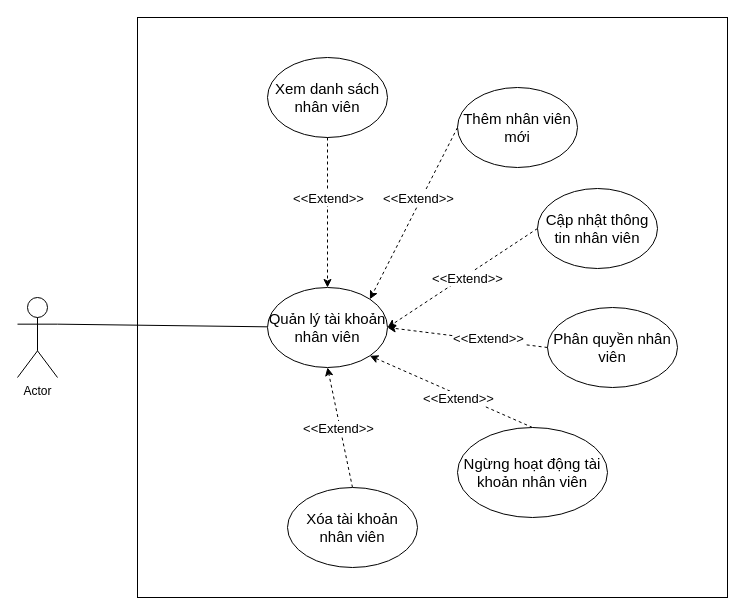
Before: Diagram/UseCase/QL.TTNhanVien.drawio in TccKaiCi/PTTK_CuaHangGiay, a draw.io diagram. Source tidied: cells renumbered, new cells numbered last; positions are measured from the earlier drawing's top-left corner, leaving out a move shared by most shapes. Both pictures are drawn from the tidied source at 100%, with x=0, y=0 at pixel (17, 17).
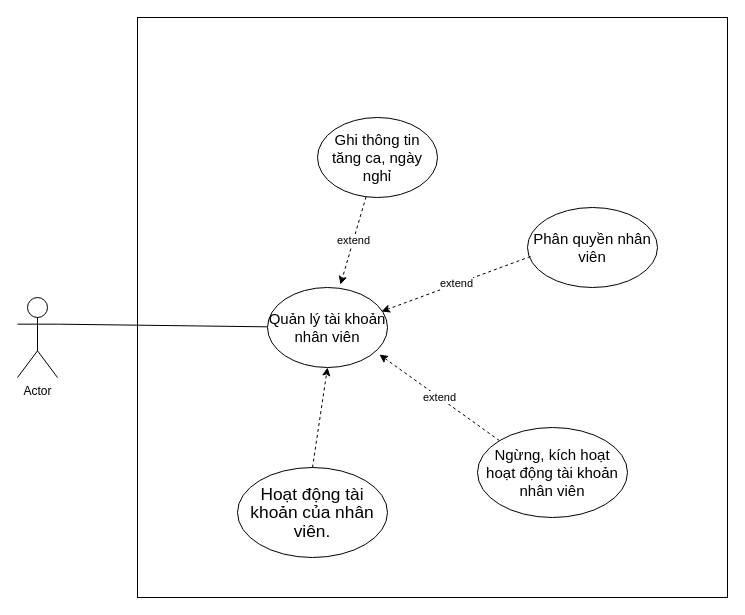
The same page after the edit.

The change refers to these unchanged cells:
```xml
<mxCell id="5" value="&lt;p class=&quot;MsoNormal&quot; style=&quot;font-size: 15px;&quot;&gt;&lt;span style=&quot;font-family: calibri; font-size: 15px;&quot;&gt;&lt;font style=&quot;font-size: 15px;&quot;&gt;Quản lý tài khoản nhân viên&lt;/font&gt;&lt;/span&gt;&lt;/p&gt;" style="ellipse;whiteSpace=wrap;html=1;fontSize=15;" parent="1" vertex="1">
  <mxGeometry x="250" y="270" width="120" height="80" as="geometry" />
</mxCell>
```

Diff of the diagram source:
```diff
@@
-    <mxCell id="6" value="&lt;font style=&quot;font-size: 15px&quot;&gt;Xem danh sách nhân viên&lt;/font&gt;" style="ellipse;whiteSpace=wrap;html=1;" parent="1" vertex="1">
-      <mxGeometry x="250" y="40" width="120" height="80" as="geometry" />
-    </mxCell>
-    <mxCell id="7" value="&lt;span style=&quot;font-size: 15px&quot;&gt;Thêm nhân viên mới&lt;br&gt;&lt;/span&gt;" style="ellipse;whiteSpace=wrap;html=1;" parent="1" vertex="1">
-      <mxGeometry x="440" y="70" width="120" height="80" as="geometry" />
-    </mxCell>
-    <mxCell id="8" value="&lt;span style=&quot;font-size: 15px&quot;&gt;Cập nhật thông tin nhân viên&lt;/span&gt;" style="ellipse;whiteSpace=wrap;html=1;" parent="1" vertex="1">
-      <mxGeometry x="520" y="171" width="120" height="80" as="geometry" />
-    </mxCell>
-    <mxCell id="9" style="endArrow=classic;html=1;dashed=1;exitX=0.5;exitY=1;exitDx=0;exitDy=0;entryX=0.5;entryY=0;entryDx=0;entryDy=0;" parent="1" edge="1" source="6" target="5">
-      <mxGeometry relative="1" as="geometry" />
-    </mxCell>
-    <mxCell id="10" style="endArrow=classic;html=1;dashed=1;exitX=0;exitY=0.5;exitDx=0;exitDy=0;entryX=1;entryY=0;entryDx=0;entryDy=0;" parent="1" edge="1" source="7" target="5">
-      <mxGeometry relative="1" as="geometry" />
-    </mxCell>
-    <mxCell id="11" style="endArrow=classic;html=1;dashed=1;exitX=0;exitY=0.5;exitDx=0;exitDy=0;entryX=1;entryY=0.5;entryDx=0;entryDy=0;" parent="1" edge="1" source="8" target="5">
-      <mxGeometry relative="1" as="geometry" />
-    </mxCell>
-    <mxCell id="12" value="&lt;font style=&quot;font-size: 13px&quot;&gt;&amp;lt;&amp;lt;Extend&amp;gt;&amp;gt;&lt;/font&gt;" style="edgeLabel;html=1;align=center;verticalAlign=middle;" parent="11" vertex="1">
-      <mxGeometry x="-0.48" y="4" relative="1" as="geometry">
-        <mxPoint x="-33.1" y="19.8" as="offset" />
-      </mxGeometry>
-    </mxCell>
     <mxCell id="13" value="&lt;span style=&quot;font-size: 15px&quot;&gt;Phân quyền nhân viên&lt;/span&gt;" style="ellipse;whiteSpace=wrap;html=1;" parent="1" vertex="1">
-      <mxGeometry x="530" y="290" width="130" height="80" as="geometry" />
+      <mxGeometry x="510" y="190" width="130" height="80" as="geometry" />
     </mxCell>
-    <mxCell id="14" style="endArrow=classic;html=1;dashed=1;exitX=0;exitY=0.5;exitDx=0;exitDy=0;" parent="1" edge="1" source="13">
-      <mxGeometry relative="1" as="geometry">
-        <mxPoint x="370" y="310" as="targetPoint" />
-      </mxGeometry>
-    </mxCell>
+    <mxCell id="16" value="&lt;span style=&quot;font-size: 15px&quot;&gt;Ngừng, kích hoạt hoạt động tài khoản nhân viên&lt;/span&gt;" style="ellipse;whiteSpace=wrap;html=1;" parent="1" vertex="1">
+      <mxGeometry x="460" y="410" width="150" height="90" as="geometry" />
+    </mxCell>
+    <mxCell id="24" value="&lt;span style=&quot;font-size: 15px&quot;&gt;Ghi thông tin tăng ca, ngày nghỉ&lt;/span&gt;" style="ellipse;whiteSpace=wrap;html=1;" parent="1" vertex="1">
+      <mxGeometry x="300" y="100" width="120" height="80" as="geometry" />
+    </mxCell>
+    <mxCell id="25" value="&lt;span lang=&quot;EN-US&quot; style=&quot;font-size: 13pt ; line-height: 107% ; font-family: &amp;#34;calibri&amp;#34; , sans-serif&quot;&gt;Hoạt động tài khoản của nhân&lt;br/&gt;viên.&lt;/span&gt;" style="ellipse;whiteSpace=wrap;html=1;" parent="1" vertex="1">
+      <mxGeometry x="220" y="450" width="150" height="90" as="geometry" />
+    </mxCell>
-    <mxCell id="15" style="endArrow=classic;html=1;dashed=1;exitX=0.5;exitY=0;exitDx=0;exitDy=0;entryX=1;entryY=1;entryDx=0;entryDy=0;" parent="1" edge="1" source="16" target="5">
+    <mxCell id="15" value="extend" style="endArrow=classic;html=1;exitX=0;exitY=0;exitDx=0;exitDy=0;entryX=0.933;entryY=0.838;entryDx=0;entryDy=0;entryPerimeter=0;dashed=1;" parent="1" edge="1" source="16" target="5">
       <mxGeometry relative="1" as="geometry" />
     </mxCell>
-    <mxCell id="16" value="&lt;span style=&quot;font-size: 15px&quot;&gt;Ngừng hoạt động tài khoản nhân viên&lt;/span&gt;" style="ellipse;whiteSpace=wrap;html=1;" parent="1" vertex="1">
-      <mxGeometry x="440" y="410" width="150" height="90" as="geometry" />
-    </mxCell>
-    <mxCell id="17" style="endArrow=classic;html=1;entryX=0.5;entryY=1;entryDx=0;entryDy=0;dashed=1;exitX=0.5;exitY=0;exitDx=0;exitDy=0;" parent="1" edge="1" source="18" target="5">
-      <mxGeometry relative="1" as="geometry" />
-    </mxCell>
-    <mxCell id="18" value="&lt;span style=&quot;font-size: 15px&quot;&gt;Xóa tài khoản nhân viên&lt;/span&gt;" style="ellipse;whiteSpace=wrap;html=1;" parent="1" vertex="1">
-      <mxGeometry x="270" y="470" width="130" height="80" as="geometry" />
-    </mxCell>
-    <mxCell id="19" value="&lt;font style=&quot;font-size: 13px&quot;&gt;&amp;lt;&amp;lt;Extend&amp;gt;&amp;gt;&lt;/font&gt;" style="edgeLabel;html=1;align=center;verticalAlign=middle;" parent="1" vertex="1">
-      <mxGeometry x="400" y="180" as="geometry" />
-    </mxCell>
-    <mxCell id="20" value="&lt;font style=&quot;font-size: 13px&quot;&gt;&amp;lt;&amp;lt;Extend&amp;gt;&amp;gt;&lt;/font&gt;" style="edgeLabel;html=1;align=center;verticalAlign=middle;" parent="1" vertex="1">
-      <mxGeometry x="310" y="180" as="geometry" />
-    </mxCell>
-    <mxCell id="21" value="&lt;font style=&quot;font-size: 13px&quot;&gt;&amp;lt;&amp;lt;Extend&amp;gt;&amp;gt;&lt;/font&gt;" style="edgeLabel;html=1;align=center;verticalAlign=middle;" parent="1" vertex="1">
-      <mxGeometry x="470" y="320" as="geometry" />
-    </mxCell>
-    <mxCell id="22" value="&lt;font style=&quot;font-size: 13px&quot;&gt;&amp;lt;&amp;lt;Extend&amp;gt;&amp;gt;&lt;/font&gt;" style="edgeLabel;html=1;align=center;verticalAlign=middle;" parent="1" vertex="1">
-      <mxGeometry x="440" y="380" as="geometry" />
-    </mxCell>
-    <mxCell id="23" value="&lt;font style=&quot;font-size: 13px&quot;&gt;&amp;lt;&amp;lt;Extend&amp;gt;&amp;gt;&lt;/font&gt;" style="edgeLabel;html=1;align=center;verticalAlign=middle;" parent="1" vertex="1">
-      <mxGeometry x="320" y="410" as="geometry" />
-    </mxCell>
+    <mxCell id="26" style="endArrow=classic;html=1;exitX=0.5;exitY=0;exitDx=0;exitDy=0;entryX=0.5;entryY=1;entryDx=0;entryDy=0;dashed=1;" parent="1" edge="1" source="25" target="5">
+      <mxGeometry relative="1" as="geometry" />
+    </mxCell>
+    <mxCell id="27" value="extend" style="endArrow=classic;html=1;exitX=0.023;exitY=0.613;exitDx=0;exitDy=0;entryX=0.95;entryY=0.3;entryDx=0;entryDy=0;entryPerimeter=0;dashed=1;exitPerimeter=0;" parent="1" edge="1" source="13" target="5">
+      <mxGeometry relative="1" as="geometry" />
+    </mxCell>
+    <mxCell id="28" value="extend" style="endArrow=classic;html=1;entryX=0.608;entryY=-0.037;entryDx=0;entryDy=0;entryPerimeter=0;dashed=1;" parent="1" edge="1" source="24" target="5">
+      <mxGeometry relative="1" as="geometry" />
+    </mxCell>
```
